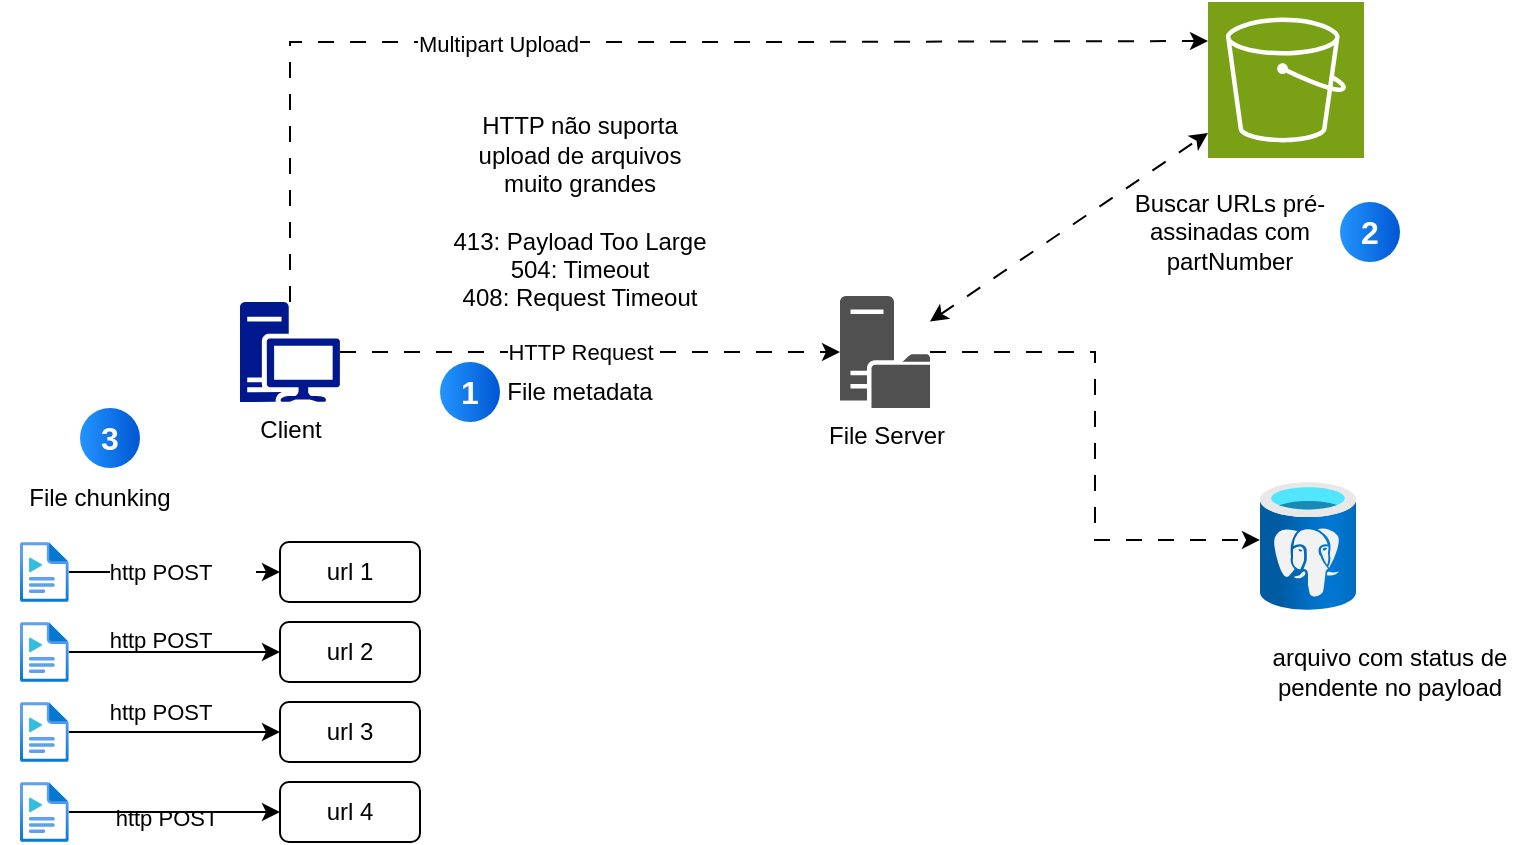
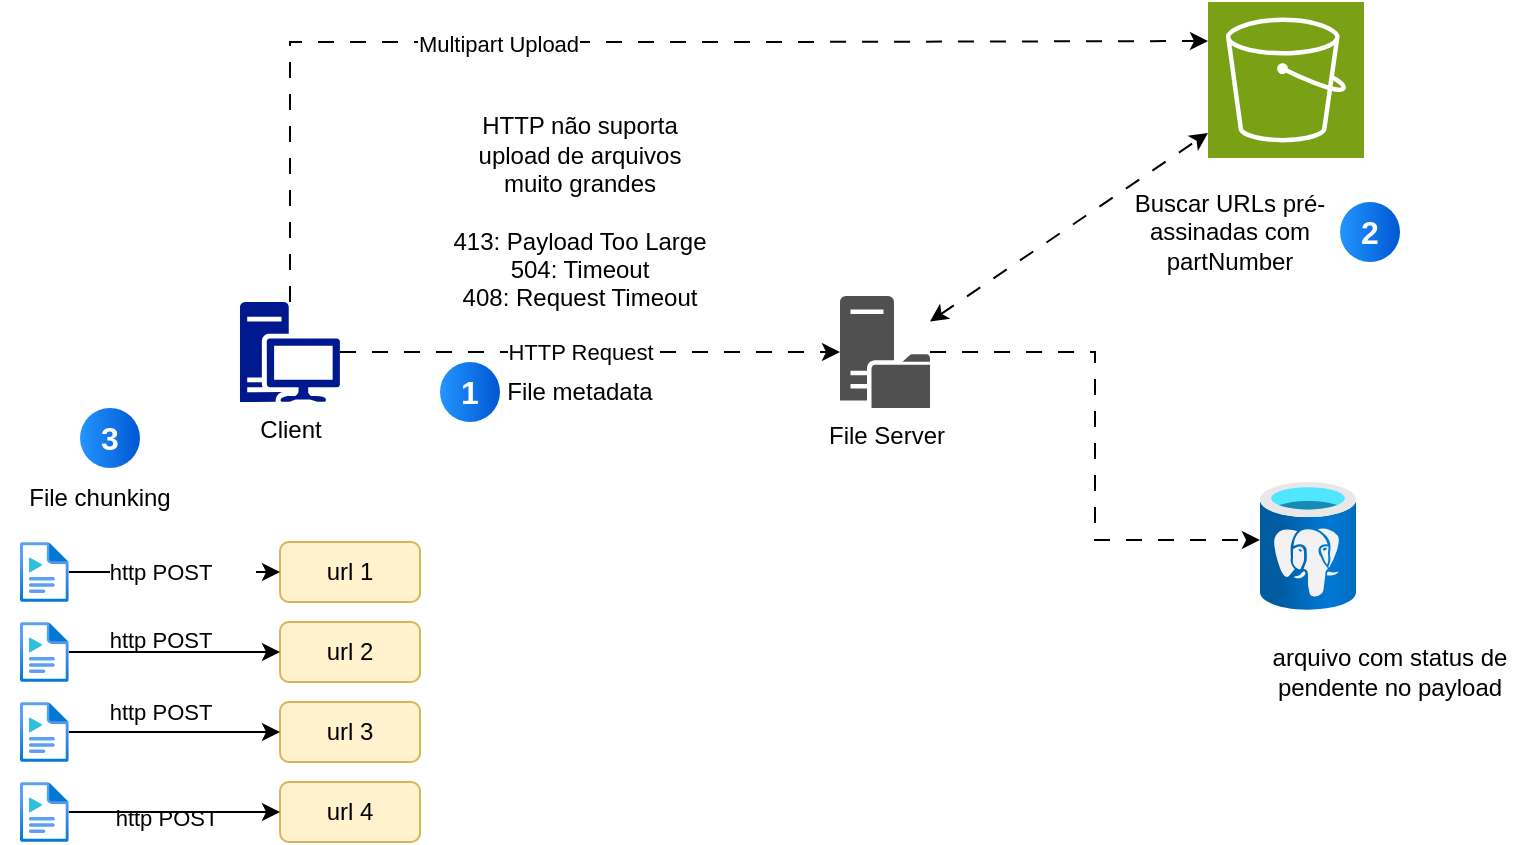
<mxfile host="app.diagrams.net">
  <diagram name="Página-1" id="4D3M8B96T3K3ZtQU1b3x">
    <mxGraphModel dx="1601" dy="1679" grid="1" gridSize="10" guides="1" tooltips="1" connect="1" arrows="1" fold="1" page="1" pageScale="1" pageWidth="827" pageHeight="1169" math="0" shadow="0">
      <root>
        <mxCell id="0" />
        <mxCell id="1" parent="0" />
        <mxCell id="fk9SJw6ftsK7bPstpn4Y-3" edge="1" parent="1" source="fk9SJw6ftsK7bPstpn4Y-1" style="edgeStyle=orthogonalEdgeStyle;rounded=0;orthogonalLoop=1;jettySize=auto;html=1;dashed=1;dashPattern=8 8;" target="fk9SJw6ftsK7bPstpn4Y-2">
          <mxGeometry relative="1" as="geometry" />
        </mxCell>
        <mxCell id="fk9SJw6ftsK7bPstpn4Y-6" connectable="0" parent="fk9SJw6ftsK7bPstpn4Y-3" style="edgeLabel;html=1;align=center;verticalAlign=middle;resizable=0;points=[];" value="HTTP Request" vertex="1">
          <mxGeometry relative="1" x="-0.288" as="geometry">
            <mxPoint x="31" as="offset" />
          </mxGeometry>
        </mxCell>
        <mxCell id="fk9SJw6ftsK7bPstpn4Y-1" parent="1" style="sketch=0;aspect=fixed;pointerEvents=1;shadow=0;dashed=0;html=1;strokeColor=none;labelPosition=center;verticalLabelPosition=bottom;verticalAlign=top;align=center;fillColor=#00188D;shape=mxgraph.mscae.enterprise.workstation_client" value="Client" vertex="1">
          <mxGeometry height="50" width="50" x="-70" y="90" as="geometry" />
        </mxCell>
        <mxCell id="fk9SJw6ftsK7bPstpn4Y-2" parent="1" style="sketch=0;pointerEvents=1;shadow=0;dashed=0;html=1;strokeColor=none;fillColor=#505050;labelPosition=center;verticalLabelPosition=bottom;verticalAlign=top;outlineConnect=0;align=center;shape=mxgraph.office.servers.file_server;" value="File Server" vertex="1">
          <mxGeometry height="56" width="45" x="230" y="87" as="geometry" />
        </mxCell>
        <mxCell id="fk9SJw6ftsK7bPstpn4Y-4" parent="1" style="sketch=0;points=[[0,0,0],[0.25,0,0],[0.5,0,0],[0.75,0,0],[1,0,0],[0,1,0],[0.25,1,0],[0.5,1,0],[0.75,1,0],[1,1,0],[0,0.25,0],[0,0.5,0],[0,0.75,0],[1,0.25,0],[1,0.5,0],[1,0.75,0]];outlineConnect=0;fontColor=#232F3E;fillColor=#7AA116;strokeColor=#ffffff;dashed=0;verticalLabelPosition=bottom;verticalAlign=top;align=center;html=1;fontSize=12;fontStyle=0;aspect=fixed;shape=mxgraph.aws4.resourceIcon;resIcon=mxgraph.aws4.s3;" value="" vertex="1">
          <mxGeometry height="78" width="78" x="414" y="-60" as="geometry" />
        </mxCell>
        <mxCell id="fk9SJw6ftsK7bPstpn4Y-7" parent="1" style="image;aspect=fixed;html=1;points=[];align=center;fontSize=12;image=img/lib/azure2/databases/Azure_Database_PostgreSQL_Server.svg;" value="" vertex="1">
          <mxGeometry height="64" width="48" x="440" y="180" as="geometry" />
        </mxCell>
        <mxCell id="fk9SJw6ftsK7bPstpn4Y-8" edge="1" parent="1" source="fk9SJw6ftsK7bPstpn4Y-2" style="edgeStyle=orthogonalEdgeStyle;rounded=0;orthogonalLoop=1;jettySize=auto;html=1;entryX=0;entryY=0.453;entryDx=0;entryDy=0;entryPerimeter=0;dashed=1;dashPattern=8 8;" target="fk9SJw6ftsK7bPstpn4Y-7">
          <mxGeometry relative="1" as="geometry" />
        </mxCell>
        <mxCell id="fk9SJw6ftsK7bPstpn4Y-13" parent="1" style="text;html=1;whiteSpace=wrap;strokeColor=none;fillColor=none;align=center;verticalAlign=middle;rounded=0;" value="HTTP não suporta upload de arquivos muito grandes&lt;div&gt;&lt;br&gt;&lt;/div&gt;&lt;div&gt;413: Payload Too Large&lt;div&gt;504: Timeout&lt;/div&gt;&lt;div&gt;408: Request Timeout&lt;/div&gt;&lt;/div&gt;" vertex="1">
          <mxGeometry height="30" width="130" x="35" y="30" as="geometry" />
        </mxCell>
        <mxCell id="h8KboTeERqfswfNuPOU6-1" edge="1" parent="1" source="fk9SJw6ftsK7bPstpn4Y-1" style="edgeStyle=orthogonalEdgeStyle;rounded=0;orthogonalLoop=1;jettySize=auto;html=1;entryX=0;entryY=0.25;entryDx=0;entryDy=0;entryPerimeter=0;dashed=1;dashPattern=8 8;" target="fk9SJw6ftsK7bPstpn4Y-4">
          <mxGeometry relative="1" as="geometry">
            <Array as="points">
              <mxPoint x="-45" y="-40" />
              <mxPoint x="197" y="-40" />
            </Array>
          </mxGeometry>
        </mxCell>
        <mxCell id="h8KboTeERqfswfNuPOU6-2" connectable="0" parent="h8KboTeERqfswfNuPOU6-1" style="edgeLabel;html=1;align=center;verticalAlign=middle;resizable=0;points=[];" value="Multipart Upload" vertex="1">
          <mxGeometry relative="1" x="-0.2054" y="-1" as="geometry">
            <mxPoint as="offset" />
          </mxGeometry>
        </mxCell>
        <mxCell id="h8KboTeERqfswfNuPOU6-3" parent="1" style="text;html=1;whiteSpace=wrap;strokeColor=none;fillColor=none;align=center;verticalAlign=middle;rounded=0;" value="File metadata" vertex="1">
          <mxGeometry height="30" width="80" x="60" y="120" as="geometry" />
        </mxCell>
        <mxCell id="h8KboTeERqfswfNuPOU6-4" parent="1" style="text;html=1;whiteSpace=wrap;strokeColor=none;fillColor=none;align=center;verticalAlign=middle;rounded=0;" value="arquivo com status de pendente no payload" vertex="1">
          <mxGeometry height="30" width="130" x="440" y="260" as="geometry" />
        </mxCell>
        <mxCell id="h8KboTeERqfswfNuPOU6-5" parent="1" style="text;html=1;whiteSpace=wrap;strokeColor=none;fillColor=none;align=center;verticalAlign=middle;rounded=0;" value="Buscar URLs pré-assinadas com partNumber" vertex="1">
          <mxGeometry height="30" width="110" x="370" y="40" as="geometry" />
        </mxCell>
        <mxCell id="h8KboTeERqfswfNuPOU6-6" edge="1" parent="1" source="fk9SJw6ftsK7bPstpn4Y-2" style="html=1;labelBackgroundColor=#ffffff;startArrow=classic;startFill=1;startSize=6;endArrow=classic;endFill=1;endSize=6;jettySize=auto;orthogonalLoop=1;strokeWidth=1;fontSize=14;rounded=0;dashed=1;dashPattern=8 8;" target="fk9SJw6ftsK7bPstpn4Y-4" value="">
          <mxGeometry height="60" relative="1" width="60" as="geometry">
            <mxPoint x="370" y="60" as="sourcePoint" />
            <mxPoint x="430" as="targetPoint" />
          </mxGeometry>
        </mxCell>
-         <mxCell id="h8KboTeERqfswfNuPOU6-7" parent="1" style="rounded=1;whiteSpace=wrap;html=1;" value="url 1" vertex="1">
+         <mxCell id="h8KboTeERqfswfNuPOU6-7" parent="1" style="rounded=1;whiteSpace=wrap;html=1;fillColor=#fff2cc;strokeColor=#d6b656;" value="url 1" vertex="1">
          <mxGeometry height="30" width="70" x="-50" y="210" as="geometry" />
        </mxCell>
-         <mxCell id="h8KboTeERqfswfNuPOU6-8" parent="1" style="rounded=1;whiteSpace=wrap;html=1;" value="url 4" vertex="1">
+         <mxCell id="h8KboTeERqfswfNuPOU6-8" parent="1" style="rounded=1;whiteSpace=wrap;html=1;fillColor=#fff2cc;strokeColor=#d6b656;" value="url 4" vertex="1">
          <mxGeometry height="30" width="70" x="-50" y="330" as="geometry" />
        </mxCell>
-         <mxCell id="h8KboTeERqfswfNuPOU6-9" parent="1" style="rounded=1;whiteSpace=wrap;html=1;" value="url 3" vertex="1">
+         <mxCell id="h8KboTeERqfswfNuPOU6-9" parent="1" style="rounded=1;whiteSpace=wrap;html=1;fillColor=#fff2cc;strokeColor=#d6b656;" value="url 3" vertex="1">
          <mxGeometry height="30" width="70" x="-50" y="290" as="geometry" />
        </mxCell>
-         <mxCell id="h8KboTeERqfswfNuPOU6-10" parent="1" style="rounded=1;whiteSpace=wrap;html=1;" value="url 2" vertex="1">
+         <mxCell id="h8KboTeERqfswfNuPOU6-10" parent="1" style="rounded=1;whiteSpace=wrap;html=1;fillColor=#fff2cc;strokeColor=#d6b656;" value="url 2" vertex="1">
          <mxGeometry height="30" width="70" x="-50" y="250" as="geometry" />
        </mxCell>
        <mxCell id="h8KboTeERqfswfNuPOU6-11" parent="1" style="ellipse;whiteSpace=wrap;html=1;aspect=fixed;rotation=0;gradientColor=#0057D2;strokeColor=none;gradientDirection=east;fillColor=#2395FF;rounded=0;pointerEvents=0;fontFamily=Helvetica;fontSize=16;fontColor=#FFFFFF;spacingTop=4;spacingBottom=4;spacingLeft=4;spacingRight=4;points=[];fontStyle=1" value="1" vertex="1">
          <mxGeometry height="30" width="30" x="30" y="120" as="geometry" />
        </mxCell>
        <mxCell id="h8KboTeERqfswfNuPOU6-12" parent="1" style="ellipse;whiteSpace=wrap;html=1;aspect=fixed;rotation=0;gradientColor=#0057D2;strokeColor=none;gradientDirection=east;fillColor=#2395FF;rounded=0;pointerEvents=0;fontFamily=Helvetica;fontSize=16;fontColor=#FFFFFF;spacingTop=4;spacingBottom=4;spacingLeft=4;spacingRight=4;points=[];fontStyle=1" value="2" vertex="1">
          <mxGeometry height="30" width="30" x="480" y="40" as="geometry" />
        </mxCell>
        <mxCell id="h8KboTeERqfswfNuPOU6-13" parent="1" style="ellipse;whiteSpace=wrap;html=1;aspect=fixed;rotation=0;gradientColor=#0057D2;strokeColor=none;gradientDirection=east;fillColor=#2395FF;rounded=0;pointerEvents=0;fontFamily=Helvetica;fontSize=16;fontColor=#FFFFFF;spacingTop=4;spacingBottom=4;spacingLeft=4;spacingRight=4;points=[];fontStyle=1" value="3" vertex="1">
          <mxGeometry height="30" width="30" x="-150" y="143" as="geometry" />
        </mxCell>
        <mxCell id="h8KboTeERqfswfNuPOU6-14" parent="1" style="text;html=1;whiteSpace=wrap;strokeColor=none;fillColor=none;align=center;verticalAlign=middle;rounded=0;" value="File chunking" vertex="1">
          <mxGeometry height="30" width="100" x="-190" y="173" as="geometry" />
        </mxCell>
        <mxCell id="h8KboTeERqfswfNuPOU6-16" edge="1" parent="1" source="h8KboTeERqfswfNuPOU6-15" style="edgeStyle=orthogonalEdgeStyle;rounded=0;orthogonalLoop=1;jettySize=auto;html=1;" target="h8KboTeERqfswfNuPOU6-7" value="">
          <mxGeometry relative="1" as="geometry" />
        </mxCell>
        <mxCell id="h8KboTeERqfswfNuPOU6-17" connectable="0" parent="h8KboTeERqfswfNuPOU6-16" style="edgeLabel;html=1;align=center;verticalAlign=middle;resizable=0;points=[];labelBackgroundColor=default;" value="http POST&lt;span style=&quot;white-space: pre;&quot;&gt;&#x9;&lt;/span&gt;" vertex="1">
          <mxGeometry relative="1" x="-0.4857" y="5" as="geometry">
            <mxPoint x="29" y="5" as="offset" />
          </mxGeometry>
        </mxCell>
        <mxCell id="h8KboTeERqfswfNuPOU6-15" parent="1" style="image;aspect=fixed;html=1;points=[];align=center;fontSize=12;image=img/lib/azure2/general/Media_File.svg;" value="" vertex="1">
          <mxGeometry height="30" width="24.38" x="-180" y="210" as="geometry" />
        </mxCell>
        <mxCell id="h8KboTeERqfswfNuPOU6-21" connectable="0" parent="1" style="edgeLabel;html=1;align=center;verticalAlign=middle;resizable=0;points=[];labelBackgroundColor=default;" value="http POST&lt;span style=&quot;white-space: pre;&quot;&gt;&#x9;&lt;/span&gt;" vertex="1">
          <mxGeometry x="-99.61999999999989" y="259" as="geometry" />
        </mxCell>
        <mxCell id="h8KboTeERqfswfNuPOU6-29" edge="1" parent="1" source="h8KboTeERqfswfNuPOU6-22" style="edgeStyle=orthogonalEdgeStyle;rounded=0;orthogonalLoop=1;jettySize=auto;html=1;" target="h8KboTeERqfswfNuPOU6-10">
          <mxGeometry relative="1" as="geometry" />
        </mxCell>
        <mxCell id="h8KboTeERqfswfNuPOU6-22" parent="1" style="image;aspect=fixed;html=1;points=[];align=center;fontSize=12;image=img/lib/azure2/general/Media_File.svg;" value="" vertex="1">
          <mxGeometry height="30" width="24.38" x="-180" y="250" as="geometry" />
        </mxCell>
        <mxCell id="h8KboTeERqfswfNuPOU6-23" connectable="0" parent="1" style="edgeLabel;html=1;align=center;verticalAlign=middle;resizable=0;points=[];labelBackgroundColor=default;" value="http POST&lt;span style=&quot;white-space: pre;&quot;&gt;&#x9;&lt;/span&gt;" vertex="1">
          <mxGeometry x="-99.61999999999989" y="295" as="geometry" />
        </mxCell>
        <mxCell id="h8KboTeERqfswfNuPOU6-28" edge="1" parent="1" source="h8KboTeERqfswfNuPOU6-24" style="edgeStyle=orthogonalEdgeStyle;rounded=0;orthogonalLoop=1;jettySize=auto;html=1;" target="h8KboTeERqfswfNuPOU6-9">
          <mxGeometry relative="1" as="geometry" />
        </mxCell>
        <mxCell id="h8KboTeERqfswfNuPOU6-24" parent="1" style="image;aspect=fixed;html=1;points=[];align=center;fontSize=12;image=img/lib/azure2/general/Media_File.svg;" value="" vertex="1">
          <mxGeometry height="30" width="24.38" x="-180" y="290" as="geometry" />
        </mxCell>
        <mxCell id="h8KboTeERqfswfNuPOU6-25" connectable="0" parent="1" style="edgeLabel;html=1;align=center;verticalAlign=middle;resizable=0;points=[];labelBackgroundColor=default;" value="http POST&lt;span style=&quot;white-space: pre;&quot;&gt;&#x9;&lt;/span&gt;" vertex="1">
          <mxGeometry x="-99.61999999999989" y="325" as="geometry">
            <mxPoint x="3" y="23" as="offset" />
          </mxGeometry>
        </mxCell>
        <mxCell id="h8KboTeERqfswfNuPOU6-27" edge="1" parent="1" source="h8KboTeERqfswfNuPOU6-26" style="edgeStyle=orthogonalEdgeStyle;rounded=0;orthogonalLoop=1;jettySize=auto;html=1;" target="h8KboTeERqfswfNuPOU6-8">
          <mxGeometry relative="1" as="geometry" />
        </mxCell>
        <mxCell id="h8KboTeERqfswfNuPOU6-26" parent="1" style="image;aspect=fixed;html=1;points=[];align=center;fontSize=12;image=img/lib/azure2/general/Media_File.svg;" value="" vertex="1">
          <mxGeometry height="30" width="24.38" x="-180" y="330" as="geometry" />
        </mxCell>
      </root>
    </mxGraphModel>
  </diagram>
</mxfile>
